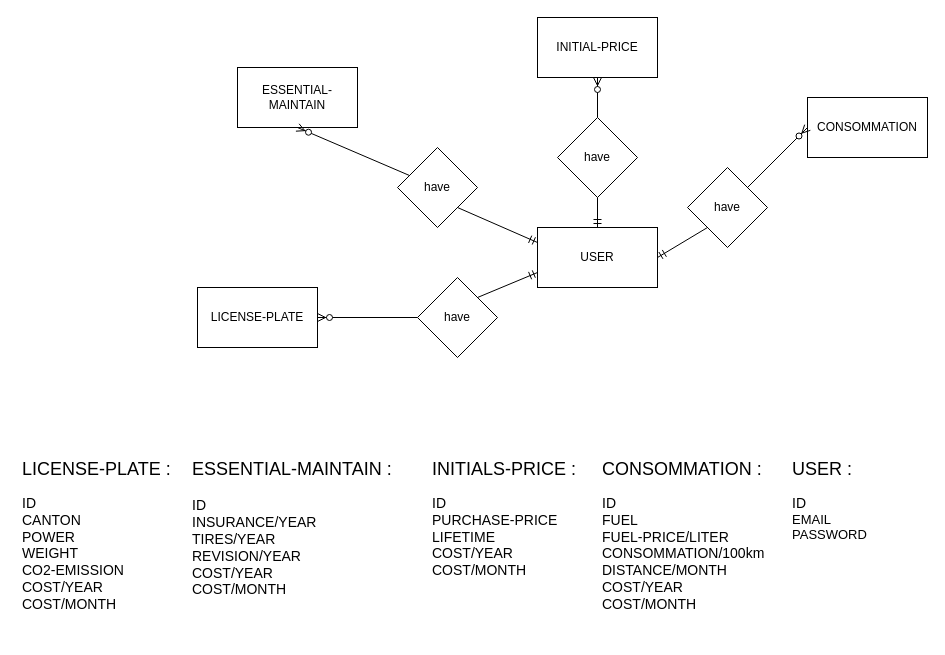
This is page "MCD" (1 of 2) of SQL/Modélisation BDD.drawio from ThomasCPNV/CcubeProject, a draw.io file, before an edit. Source tidied: cells renumbered, new cells numbered last; positions are measured from the earlier drawing's top-left corner, leaving out a move shared by most shapes. Both pictures are drawn from the tidied source at 100%, with x=0, y=0 at pixel (17, 17).
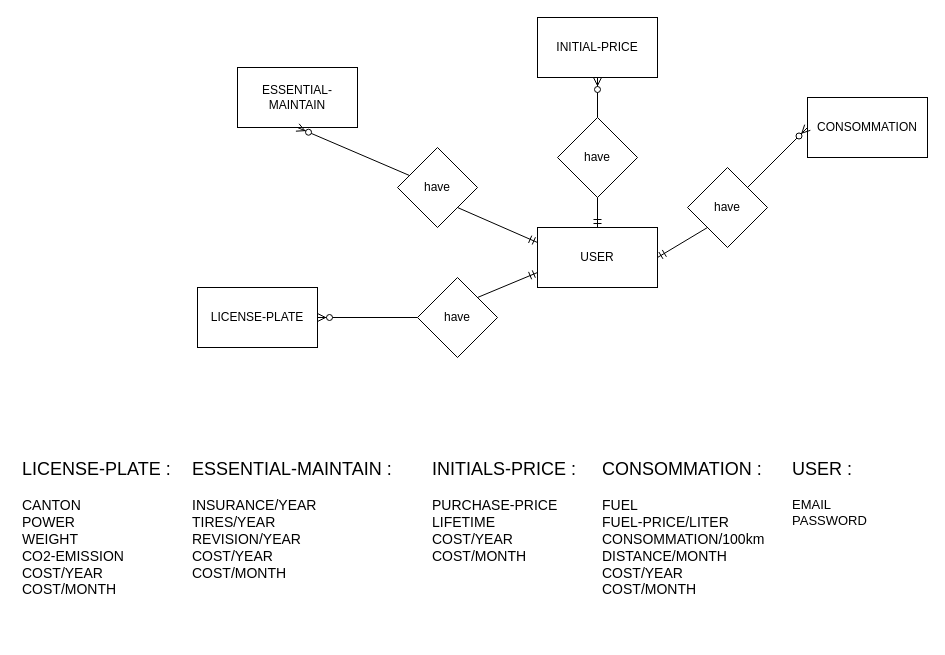
The same diagram, later.

Commit message (it also covers changes not shown here):
Correction diagrammes

What changed in the source:
```diff
@@
-    <mxCell id="7" value="&lt;p style=&quot;line-height: 40%&quot;&gt;&lt;/p&gt;&lt;blockquote style=&quot;margin: 0 0 0 40px ; border: none ; padding: 0px&quot;&gt;&lt;/blockquote&gt;&lt;span&gt;&lt;font style=&quot;font-size: 18px&quot;&gt;LICENSE-PLATE :&lt;br&gt;&lt;/font&gt;&lt;/span&gt;&lt;br&gt;&lt;blockquote style=&quot;margin: 0 0 0 40px ; border: none ; padding: 0px&quot;&gt;&lt;/blockquote&gt;&lt;font style=&quot;font-size: 14px&quot;&gt;ID&amp;nbsp;&lt;br&gt;CANTON&lt;br&gt;POWER&lt;br&gt;WEIGHT&amp;nbsp;&lt;br&gt;CO2-EMISSION&lt;br&gt;COST/YEAR&lt;br&gt;COST/MONTH&lt;br&gt;&lt;br&gt;&lt;/font&gt;&lt;blockquote style=&quot;margin: 0px 0px 0px 40px ; border: none ; padding: 0px ; font-size: 14px&quot;&gt;&lt;/blockquote&gt;&lt;br&gt;&lt;p&gt;&lt;/p&gt;" style="text;html=1;strokeColor=none;fillColor=none;spacing=5;spacingTop=-20;whiteSpace=wrap;overflow=hidden;rounded=0;" parent="1" vertex="1">
+    <mxCell id="7" value="&lt;p style=&quot;line-height: 40%&quot;&gt;&lt;/p&gt;&lt;blockquote style=&quot;margin: 0 0 0 40px ; border: none ; padding: 0px&quot;&gt;&lt;/blockquote&gt;&lt;span&gt;&lt;font style=&quot;font-size: 18px&quot;&gt;LICENSE-PLATE :&lt;br&gt;&lt;/font&gt;&lt;/span&gt;&lt;font style=&quot;font-size: 14px&quot;&gt;&lt;br&gt;CANTON&lt;br&gt;POWER&lt;br&gt;WEIGHT&amp;nbsp;&lt;br&gt;CO2-EMISSION&lt;br&gt;COST/YEAR&lt;br&gt;COST/MONTH&lt;br&gt;&lt;br&gt;&lt;/font&gt;&lt;blockquote style=&quot;margin: 0px 0px 0px 40px ; border: none ; padding: 0px ; font-size: 14px&quot;&gt;&lt;/blockquote&gt;&lt;br&gt;&lt;p&gt;&lt;/p&gt;" style="text;html=1;strokeColor=none;fillColor=none;spacing=5;spacingTop=-20;whiteSpace=wrap;overflow=hidden;rounded=0;" parent="1" vertex="1">
       <mxGeometry y="440" width="170" height="180" as="geometry" />
     </mxCell>
-    <mxCell id="8" value="&lt;p style=&quot;line-height: 40%&quot;&gt;&lt;/p&gt;&lt;blockquote style=&quot;margin: 0 0 0 40px ; border: none ; padding: 0px&quot;&gt;&lt;/blockquote&gt;&lt;span&gt;&lt;font style=&quot;font-size: 18px&quot;&gt;ESSENTIAL-MAINTAIN :&lt;br&gt;&lt;/font&gt;&lt;/span&gt;&lt;font style=&quot;font-size: 14px&quot;&gt;&lt;br&gt;ID&lt;br&gt;&lt;/font&gt;&lt;blockquote style=&quot;margin: 0px 0px 0px 40px ; border: none ; padding: 0px&quot;&gt;&lt;/blockquote&gt;&lt;font style=&quot;font-size: 14px&quot;&gt;INSURANCE/YEAR&lt;br&gt;&lt;font&gt;TIRES/YEAR&lt;br&gt;&lt;/font&gt;REVISION/YEAR&lt;br&gt;COST/YEAR&lt;br&gt;COST/MONTH&lt;/font&gt;&lt;br&gt;&lt;p&gt;&lt;/p&gt;" style="text;html=1;strokeColor=none;fillColor=none;spacing=5;spacingTop=-20;whiteSpace=wrap;overflow=hidden;rounded=0;" parent="1" vertex="1">
+    <mxCell id="8" value="&lt;p style=&quot;line-height: 40%&quot;&gt;&lt;/p&gt;&lt;blockquote style=&quot;margin: 0 0 0 40px ; border: none ; padding: 0px&quot;&gt;&lt;/blockquote&gt;&lt;span&gt;&lt;font style=&quot;font-size: 18px&quot;&gt;ESSENTIAL-MAINTAIN :&lt;br&gt;&lt;/font&gt;&lt;/span&gt;&lt;font style=&quot;font-size: 14px&quot;&gt;&lt;br&gt;&lt;/font&gt;&lt;blockquote style=&quot;margin: 0px 0px 0px 40px ; border: none ; padding: 0px&quot;&gt;&lt;/blockquote&gt;&lt;font style=&quot;font-size: 14px&quot;&gt;INSURANCE/YEAR&lt;br&gt;&lt;font&gt;TIRES/YEAR&lt;br&gt;&lt;/font&gt;REVISION/YEAR&lt;br&gt;COST/YEAR&lt;br&gt;COST/MONTH&lt;/font&gt;&lt;br&gt;&lt;p&gt;&lt;/p&gt;" style="text;html=1;strokeColor=none;fillColor=none;spacing=5;spacingTop=-20;whiteSpace=wrap;overflow=hidden;rounded=0;" parent="1" vertex="1">
       <mxGeometry x="170" y="440" width="240" height="160" as="geometry" />
     </mxCell>
-    <mxCell id="9" value="&lt;p style=&quot;line-height: 40%&quot;&gt;&lt;/p&gt;&lt;blockquote style=&quot;margin: 0 0 0 40px ; border: none ; padding: 0px&quot;&gt;&lt;/blockquote&gt;&lt;span&gt;&lt;font style=&quot;font-size: 18px&quot;&gt;INITIALS-PRICE :&lt;br&gt;&lt;/font&gt;&lt;/span&gt;&lt;br&gt;&lt;blockquote style=&quot;margin: 0 0 0 40px ; border: none ; padding: 0px&quot;&gt;&lt;/blockquote&gt;&lt;font style=&quot;font-size: 14px&quot;&gt;ID&amp;nbsp;&lt;br&gt;&lt;/font&gt;&lt;blockquote style=&quot;margin: 0px 0px 0px 40px ; border: none ; padding: 0px&quot;&gt;&lt;/blockquote&gt;&lt;font style=&quot;font-size: 14px&quot;&gt;PURCHASE-PRICE&lt;br&gt;LIFETIME&lt;br&gt;COST/YEAR&lt;br&gt;COST/MONTH&lt;/font&gt;&lt;br&gt;&lt;p&gt;&lt;/p&gt;" style="text;html=1;strokeColor=none;fillColor=none;spacing=5;spacingTop=-20;whiteSpace=wrap;overflow=hidden;rounded=0;" parent="1" vertex="1">
+    <mxCell id="9" value="&lt;p style=&quot;line-height: 40%&quot;&gt;&lt;/p&gt;&lt;blockquote style=&quot;margin: 0 0 0 40px ; border: none ; padding: 0px&quot;&gt;&lt;/blockquote&gt;&lt;span&gt;&lt;font style=&quot;font-size: 18px&quot;&gt;INITIALS-PRICE :&lt;br&gt;&lt;/font&gt;&lt;/span&gt;&lt;font style=&quot;font-size: 14px&quot;&gt;&lt;br&gt;&lt;/font&gt;&lt;blockquote style=&quot;margin: 0px 0px 0px 40px ; border: none ; padding: 0px&quot;&gt;&lt;/blockquote&gt;&lt;font style=&quot;font-size: 14px&quot;&gt;PURCHASE-PRICE&lt;br&gt;LIFETIME&lt;br&gt;COST/YEAR&lt;br&gt;COST/MONTH&lt;/font&gt;&lt;br&gt;&lt;p&gt;&lt;/p&gt;" style="text;html=1;strokeColor=none;fillColor=none;spacing=5;spacingTop=-20;whiteSpace=wrap;overflow=hidden;rounded=0;" parent="1" vertex="1">
       <mxGeometry x="410" y="440" width="160" height="140" as="geometry" />
     </mxCell>
-    <mxCell id="10" value="&lt;p style=&quot;line-height: 40%&quot;&gt;&lt;/p&gt;&lt;blockquote style=&quot;margin: 0 0 0 40px ; border: none ; padding: 0px&quot;&gt;&lt;/blockquote&gt;&lt;span&gt;&lt;font style=&quot;font-size: 18px&quot;&gt;USER :&lt;br&gt;&lt;/font&gt;&lt;/span&gt;&lt;br&gt;&lt;blockquote style=&quot;margin: 0 0 0 40px ; border: none ; padding: 0px&quot;&gt;&lt;/blockquote&gt;&lt;font style=&quot;font-size: 14px&quot;&gt;ID&lt;br&gt;&lt;/font&gt;&lt;font style=&quot;font-size: 13px&quot;&gt;EMAIL&lt;br&gt;PASSWORD&lt;/font&gt;&lt;br&gt;&lt;p&gt;&lt;/p&gt;" style="text;html=1;strokeColor=none;fillColor=none;spacing=5;spacingTop=-20;whiteSpace=wrap;overflow=hidden;rounded=0;" parent="1" vertex="1">
+    <mxCell id="10" value="&lt;p style=&quot;line-height: 40%&quot;&gt;&lt;/p&gt;&lt;blockquote style=&quot;margin: 0 0 0 40px ; border: none ; padding: 0px&quot;&gt;&lt;/blockquote&gt;&lt;span&gt;&lt;font style=&quot;font-size: 18px&quot;&gt;USER :&lt;br&gt;&lt;/font&gt;&lt;/span&gt;&lt;font style=&quot;font-size: 14px&quot;&gt;&lt;br&gt;&lt;/font&gt;&lt;font style=&quot;font-size: 13px&quot;&gt;EMAIL&lt;br&gt;PASSWORD&lt;/font&gt;&lt;br&gt;&lt;p&gt;&lt;/p&gt;" style="text;html=1;strokeColor=none;fillColor=none;spacing=5;spacingTop=-20;whiteSpace=wrap;overflow=hidden;rounded=0;" parent="1" vertex="1">
       <mxGeometry x="770" y="440" width="100" height="150" as="geometry" />
     </mxCell>
-    <mxCell id="11" value="&lt;p style=&quot;line-height: 40%&quot;&gt;&lt;/p&gt;&lt;blockquote style=&quot;margin: 0 0 0 40px ; border: none ; padding: 0px&quot;&gt;&lt;/blockquote&gt;&lt;span&gt;&lt;font style=&quot;font-size: 18px&quot;&gt;CONSOMMATION :&lt;br&gt;&lt;/font&gt;&lt;/span&gt;&lt;br&gt;&lt;blockquote style=&quot;margin: 0 0 0 40px ; border: none ; padding: 0px&quot;&gt;&lt;/blockquote&gt;&lt;font style=&quot;font-size: 14px&quot;&gt;ID&lt;br&gt;&lt;/font&gt;&lt;blockquote style=&quot;margin: 0px 0px 0px 40px ; border: none ; padding: 0px&quot;&gt;&lt;/blockquote&gt;&lt;font style=&quot;font-size: 14px&quot;&gt;&lt;font&gt;FUEL&lt;br&gt;FUEL-PRICE/LITER&lt;br&gt;CONSOMMATION/100km&lt;br&gt;&lt;/font&gt;DISTANCE/MONTH&lt;br&gt;COST/YEAR&lt;br&gt;COST/MONTH&lt;/font&gt;&lt;br&gt;&lt;p&gt;&lt;/p&gt;" style="text;html=1;strokeColor=none;fillColor=none;spacing=5;spacingTop=-20;whiteSpace=wrap;overflow=hidden;rounded=0;" parent="1" vertex="1">
+    <mxCell id="11" value="&lt;p style=&quot;line-height: 40%&quot;&gt;&lt;/p&gt;&lt;blockquote style=&quot;margin: 0 0 0 40px ; border: none ; padding: 0px&quot;&gt;&lt;/blockquote&gt;&lt;span&gt;&lt;font style=&quot;font-size: 18px&quot;&gt;CONSOMMATION :&lt;br&gt;&lt;/font&gt;&lt;/span&gt;&lt;font style=&quot;font-size: 14px&quot;&gt;&lt;br&gt;&lt;/font&gt;&lt;blockquote style=&quot;margin: 0px 0px 0px 40px ; border: none ; padding: 0px&quot;&gt;&lt;/blockquote&gt;&lt;font style=&quot;font-size: 14px&quot;&gt;&lt;font&gt;FUEL&lt;br&gt;FUEL-PRICE/LITER&lt;br&gt;CONSOMMATION/100km&lt;br&gt;&lt;/font&gt;DISTANCE/MONTH&lt;br&gt;COST/YEAR&lt;br&gt;COST/MONTH&lt;/font&gt;&lt;br&gt;&lt;p&gt;&lt;/p&gt;" style="text;html=1;strokeColor=none;fillColor=none;spacing=5;spacingTop=-20;whiteSpace=wrap;overflow=hidden;rounded=0;" parent="1" vertex="1">
       <mxGeometry x="580" y="440" width="180" height="180" as="geometry" />
     </mxCell>
```
